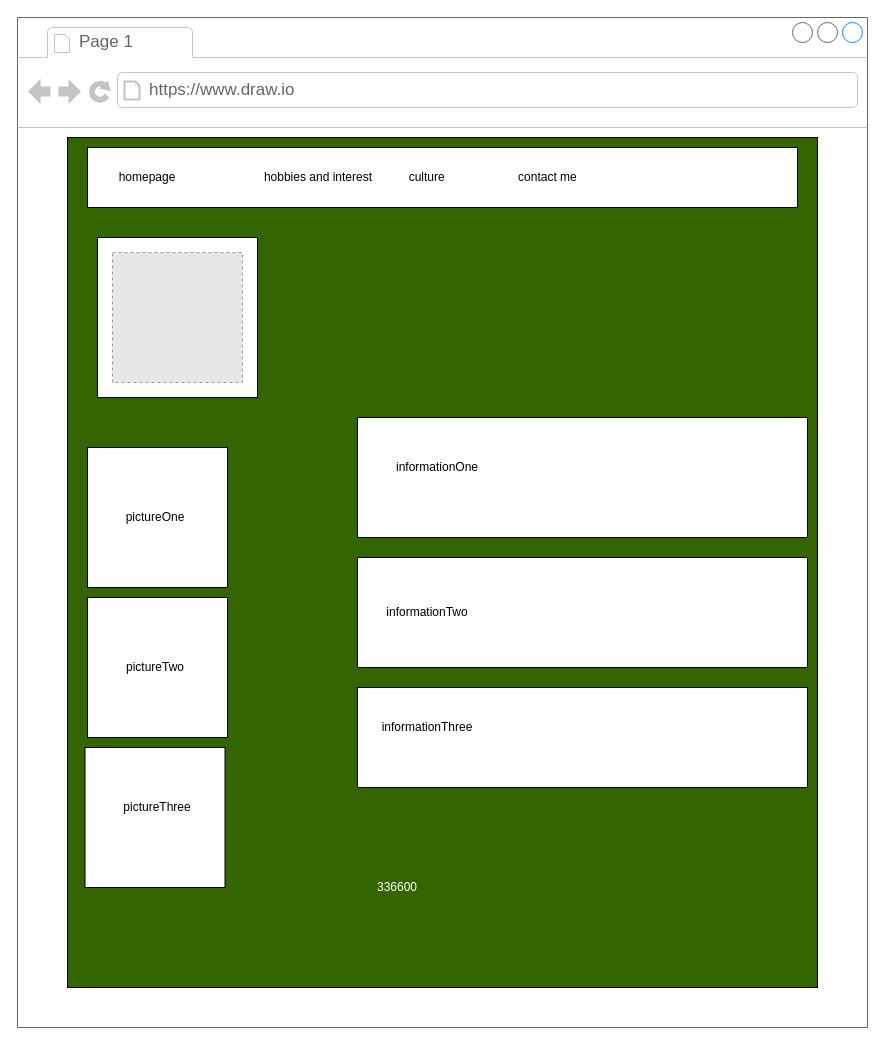
The draw.io diagram page "Page-2" (2 of 4) of layout.drawio in ASDAH-Digtal/91880-91884-Johnnysins808, before the edit. Source tidied: cells renumbered, new cells numbered last; positions are measured from the earlier drawing's top-left corner, leaving out a move shared by most shapes. Both pictures are drawn from the tidied source at 100%, with x=0, y=0 at pixel (17, 17). Pictures stored in the file or linked from it are replaced by grey dashed boxes.
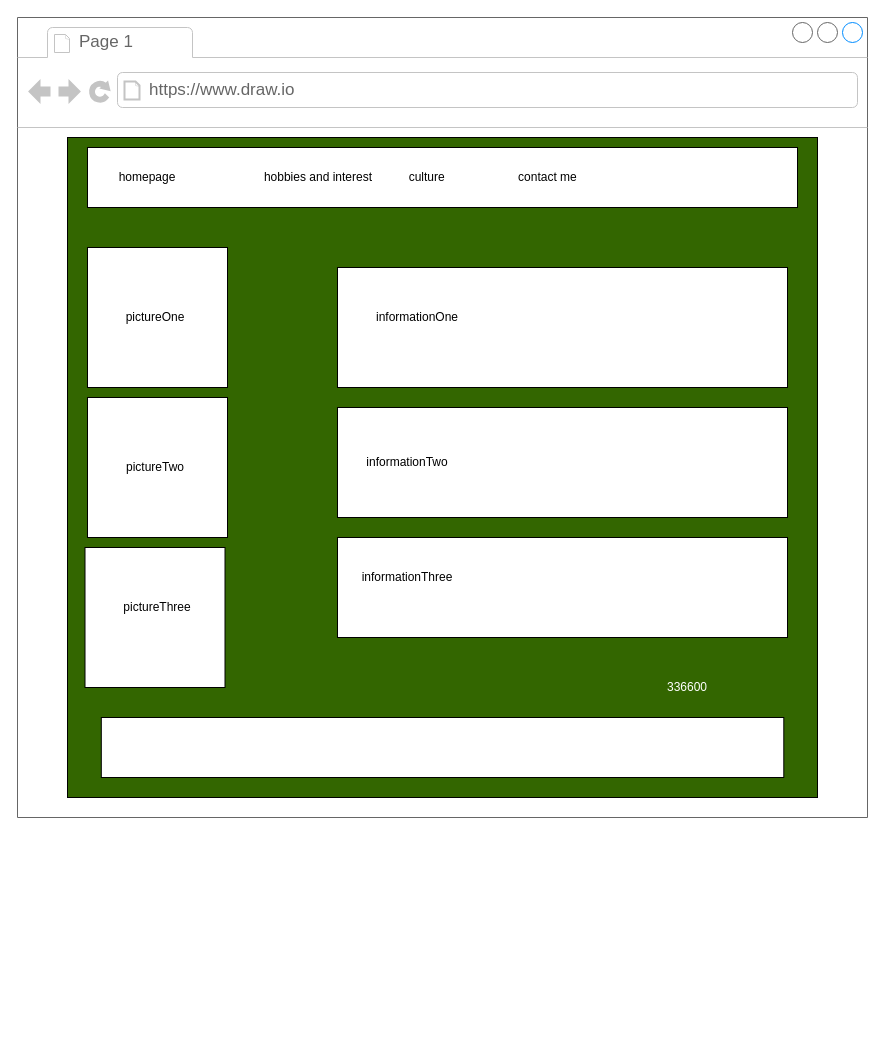
Above is the later version.

What changed in the source:
```diff
@@
     <mxCell id="2" style="strokeWidth=1;shadow=0;dashed=0;align=center;html=1;shape=mxgraph.mockup.containers.browserWindow;rSize=0;strokeColor=#666666;strokeColor2=#008cff;strokeColor3=#c4c4c4;mainText=,;fillColor=#FFFFFF;" parent="1" vertex="1">
-      <mxGeometry width="850" height="1010" as="geometry" />
+      <mxGeometry width="850" height="800" as="geometry" />
     </mxCell>
@@
     <mxCell id="5" style="rounded=0;whiteSpace=wrap;html=1;fillColor=#336600;" parent="2" vertex="1">
-      <mxGeometry x="50" y="120" width="750" height="850" as="geometry" />
+      <mxGeometry x="50" y="120" width="750" height="660" as="geometry" />
     </mxCell>
     <mxCell id="6" style="rounded=0;whiteSpace=wrap;html=1;fillColor=#FFFFFF;" parent="2" vertex="1">
-      <mxGeometry x="340" y="400" width="450" height="120" as="geometry" />
+      <mxGeometry x="320" y="250" width="450" height="120" as="geometry" />
     </mxCell>
     <mxCell id="7" style="rounded=0;whiteSpace=wrap;html=1;fillColor=#FFFFFF;" parent="2" vertex="1">
-      <mxGeometry x="340" y="540" width="450" height="110" as="geometry" />
+      <mxGeometry x="320" y="390" width="450" height="110" as="geometry" />
     </mxCell>
     <mxCell id="8" style="rounded=0;whiteSpace=wrap;html=1;fillColor=#FFFFFF;" parent="2" vertex="1">
-      <mxGeometry x="340" y="670" width="450" height="100" as="geometry" />
+      <mxGeometry x="320" y="520" width="450" height="100" as="geometry" />
     </mxCell>
     <mxCell id="9" style="whiteSpace=wrap;html=1;fillColor=#FFFFFF;" parent="2" vertex="1">
-      <mxGeometry x="70" y="580" width="140" height="140" as="geometry" />
+      <mxGeometry x="70" y="380" width="140" height="140" as="geometry" />
     </mxCell>
     <mxCell id="10" style="whiteSpace=wrap;html=1;fillColor=#FFFFFF;gradientColor=#ffffff;" parent="2" vertex="1">
-      <mxGeometry x="70" y="430" width="140" height="140" as="geometry" />
+      <mxGeometry x="70" y="230" width="140" height="140" as="geometry" />
     </mxCell>
     <mxCell id="11" style="whiteSpace=wrap;html=1;" parent="2" vertex="1">
-      <mxGeometry x="67.5" y="730" width="140" height="140" as="geometry" />
+      <mxGeometry x="67.5" y="530" width="140" height="140" as="geometry" />
     </mxCell>
@@
     <mxCell id="15" value="&lt;font color=&quot;#ffffff&quot;&gt;336600&lt;/font&gt;" style="text;html=1;strokeColor=none;fillColor=none;align=center;verticalAlign=middle;whiteSpace=wrap;rounded=0;shadow=0;" parent="2" vertex="1">
-      <mxGeometry x="360" y="860" width="40" height="20" as="geometry" />
+      <mxGeometry x="650" y="660" width="40" height="20" as="geometry" />
     </mxCell>
     <mxCell id="16" value="pictureOne" style="text;html=1;strokeColor=none;fillColor=none;align=center;verticalAlign=middle;whiteSpace=wrap;rounded=0;shadow=0;" parent="2" vertex="1">
-      <mxGeometry x="97.5" y="490" width="80" height="20" as="geometry" />
+      <mxGeometry x="97.5" y="290" width="80" height="20" as="geometry" />
     </mxCell>
     <mxCell id="17" value="pictureTwo" style="text;html=1;strokeColor=none;fillColor=none;align=center;verticalAlign=middle;whiteSpace=wrap;rounded=0;shadow=0;" parent="2" vertex="1">
-      <mxGeometry x="102.5" y="640" width="70" height="20" as="geometry" />
+      <mxGeometry x="102.5" y="440" width="70" height="20" as="geometry" />
     </mxCell>
     <mxCell id="18" value="informationOne" style="text;html=1;strokeColor=none;fillColor=none;align=center;verticalAlign=middle;whiteSpace=wrap;rounded=0;shadow=0;" parent="2" vertex="1">
-      <mxGeometry x="380" y="440" width="80" height="20" as="geometry" />
+      <mxGeometry x="360" y="290" width="80" height="20" as="geometry" />
     </mxCell>
     <mxCell id="19" value="informationThree" style="text;html=1;strokeColor=none;fillColor=none;align=center;verticalAlign=middle;whiteSpace=wrap;rounded=0;shadow=0;" parent="2" vertex="1">
-      <mxGeometry x="370" y="700" width="80" height="20" as="geometry" />
+      <mxGeometry x="350" y="550" width="80" height="20" as="geometry" />
     </mxCell>
     <mxCell id="20" value="pictureThree" style="text;html=1;strokeColor=none;fillColor=none;align=center;verticalAlign=middle;whiteSpace=wrap;rounded=0;shadow=0;" parent="2" vertex="1">
-      <mxGeometry x="120" y="780" width="40" height="20" as="geometry" />
+      <mxGeometry x="120" y="580" width="40" height="20" as="geometry" />
     </mxCell>
-    <mxCell id="21" style="whiteSpace=wrap;html=1;" parent="2" vertex="1">
-      <mxGeometry x="80" y="220" width="160" height="160" as="geometry" />
-    </mxCell>
     <mxCell id="22" value="informationTwo" style="text;html=1;strokeColor=none;fillColor=none;align=center;verticalAlign=middle;whiteSpace=wrap;rounded=0;shadow=0;" parent="2" vertex="1">
-      <mxGeometry x="370" y="585" width="80" height="20" as="geometry" />
+      <mxGeometry x="350" y="435" width="80" height="20" as="geometry" />
     </mxCell>
-    <mxCell id="23" style="fillColor=#E6E6E6;strokeColor=#999999;dashed=1;html=1;verticalAlign=top;verticalLabelPosition=bottom;labelBackgroundColor=#ffffff;" parent="2" vertex="1">
-      <mxGeometry x="95" y="235" width="130" height="130" as="geometry" />
-    </mxCell>
+    <mxCell id="24" style="rounded=0;whiteSpace=wrap;html=1;" parent="2" vertex="1">
+      <mxGeometry x="83.8" y="700" width="682.5" height="60" as="geometry" />
+    </mxCell>
```
